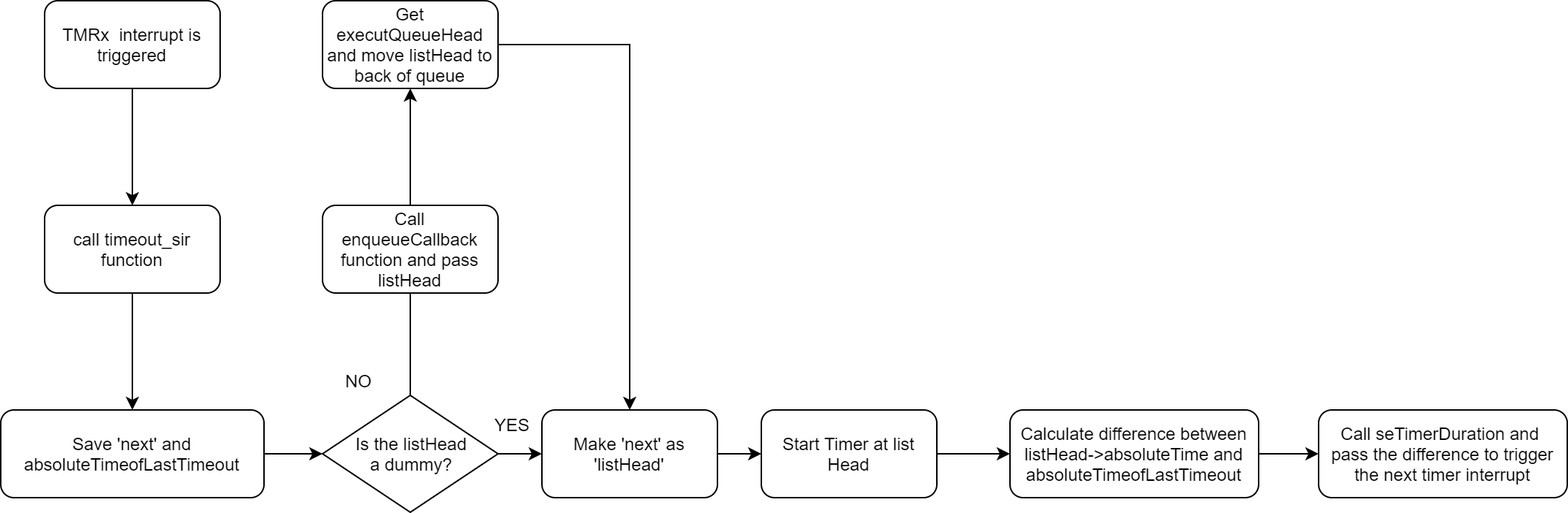
Above: images/TimeoutDriver.png in microchip-pic-avr-solutions/avr-iot-aws-sensor-node-mplab (draw.io), before the change. Source tidied: cells renumbered, new cells last; positions are measured from the earlier drawing's top-left corner, leaving out a move shared by most shapes. The source it was exported from:
```xml
<mxGraphModel>
  <root>
    <mxCell id="0" />
    <mxCell id="1" parent="0" />
    <mxCell id="2" style="edgeStyle=orthogonalEdgeStyle;rounded=0;jettySize=auto;html=1;" parent="1" edge="1" source="3" target="5">
      <mxGeometry relative="1" as="geometry" />
    </mxCell>
    <mxCell id="3" value="TMRx&amp;nbsp; interrupt is triggered" style="rounded=1;whiteSpace=wrap;html=1;" parent="1" vertex="1">
      <mxGeometry x="30" width="120" height="60" as="geometry" />
    </mxCell>
    <mxCell id="4" style="edgeStyle=orthogonalEdgeStyle;rounded=0;jettySize=auto;html=1;" parent="1" edge="1" source="5" target="7">
      <mxGeometry relative="1" as="geometry" />
    </mxCell>
    <mxCell id="5" value="call timeout_sir function" style="rounded=1;whiteSpace=wrap;html=1;" parent="1" vertex="1">
      <mxGeometry x="30" y="140" width="120" height="60" as="geometry" />
    </mxCell>
    <mxCell id="6" style="edgeStyle=orthogonalEdgeStyle;rounded=0;jettySize=auto;html=1;" parent="1" edge="1" source="7" target="10">
      <mxGeometry relative="1" as="geometry" />
    </mxCell>
    <mxCell id="7" value="Save 'next' and absoluteTimeofLastTimeout" style="rounded=1;whiteSpace=wrap;html=1;" parent="1" vertex="1">
      <mxGeometry y="280" width="180" height="60" as="geometry" />
    </mxCell>
    <mxCell id="8" style="edgeStyle=orthogonalEdgeStyle;rounded=0;jettySize=auto;html=1;" parent="1" edge="1" source="10">
      <mxGeometry relative="1" as="geometry">
        <mxPoint x="370" y="310" as="targetPoint" />
      </mxGeometry>
    </mxCell>
    <mxCell id="9" style="edgeStyle=orthogonalEdgeStyle;rounded=0;jettySize=auto;html=1;" parent="1" edge="1" source="10">
      <mxGeometry relative="1" as="geometry">
        <mxPoint x="280" y="190" as="targetPoint" />
      </mxGeometry>
    </mxCell>
    <mxCell id="10" value="Is the listHead&lt;br&gt;a dummy?" style="rhombus;whiteSpace=wrap;html=1;" parent="1" vertex="1">
      <mxGeometry x="220" y="270" width="120" height="80" as="geometry" />
    </mxCell>
    <mxCell id="11" style="edgeStyle=orthogonalEdgeStyle;rounded=0;jettySize=auto;html=1;" parent="1" edge="1" target="14">
      <mxGeometry relative="1" as="geometry">
        <mxPoint x="490" y="310" as="sourcePoint" />
      </mxGeometry>
    </mxCell>
    <mxCell id="12" value="Make 'next' as 'listHead'" style="rounded=1;whiteSpace=wrap;html=1;" parent="1" vertex="1">
      <mxGeometry x="370" y="280" width="120" height="60" as="geometry" />
    </mxCell>
    <mxCell id="13" style="edgeStyle=orthogonalEdgeStyle;rounded=0;jettySize=auto;html=1;" parent="1" edge="1" source="14" target="16">
      <mxGeometry relative="1" as="geometry" />
    </mxCell>
    <mxCell id="14" value="Start Timer at list Head" style="rounded=1;whiteSpace=wrap;html=1;" parent="1" vertex="1">
      <mxGeometry x="520" y="280" width="120" height="60" as="geometry" />
    </mxCell>
    <mxCell id="15" style="edgeStyle=orthogonalEdgeStyle;rounded=0;jettySize=auto;html=1;" parent="1" edge="1" source="16" target="17">
      <mxGeometry relative="1" as="geometry" />
    </mxCell>
    <mxCell id="16" value="Calculate difference between listHead-&amp;gt;absoluteTime and absoluteTimeofLastTimeout" style="rounded=1;whiteSpace=wrap;html=1;" parent="1" vertex="1">
      <mxGeometry x="690" y="280" width="170" height="60" as="geometry" />
    </mxCell>
    <mxCell id="17" value="Call seTimerDuration and&amp;nbsp;&lt;br&gt;pass the difference to trigger the next timer interrupt" style="rounded=1;whiteSpace=wrap;html=1;" parent="1" vertex="1">
      <mxGeometry x="901" y="280" width="170" height="60" as="geometry" />
    </mxCell>
    <mxCell id="18" value="YES" style="text;html=1;align=center;verticalAlign=middle;" parent="1" vertex="1">
      <mxGeometry x="330" y="280" width="40" height="20" as="geometry" />
    </mxCell>
    <mxCell id="19" style="edgeStyle=orthogonalEdgeStyle;rounded=0;jettySize=auto;html=1;" parent="1" edge="1" source="20" target="22">
      <mxGeometry relative="1" as="geometry" />
    </mxCell>
    <mxCell id="20" value="Call enqueueCallback function and pass listHead" style="rounded=1;whiteSpace=wrap;html=1;" parent="1" vertex="1">
      <mxGeometry x="220" y="140" width="120" height="60" as="geometry" />
    </mxCell>
    <mxCell id="21" style="edgeStyle=orthogonalEdgeStyle;rounded=0;jettySize=auto;html=1;entryX=0.5;entryY=0;entryDx=0;entryDy=0;" parent="1" edge="1" source="22" target="12">
      <mxGeometry relative="1" as="geometry" />
    </mxCell>
    <mxCell id="22" value="Get executQueueHead and move listHead to back of queue" style="rounded=1;whiteSpace=wrap;html=1;" parent="1" vertex="1">
      <mxGeometry x="220" width="120" height="60" as="geometry" />
    </mxCell>
    <mxCell id="23" value="NO" style="text;html=1;align=center;verticalAlign=middle;" parent="1" vertex="1">
      <mxGeometry x="230" y="250" width="30" height="20" as="geometry" />
    </mxCell>
  </root>
</mxGraphModel>
```
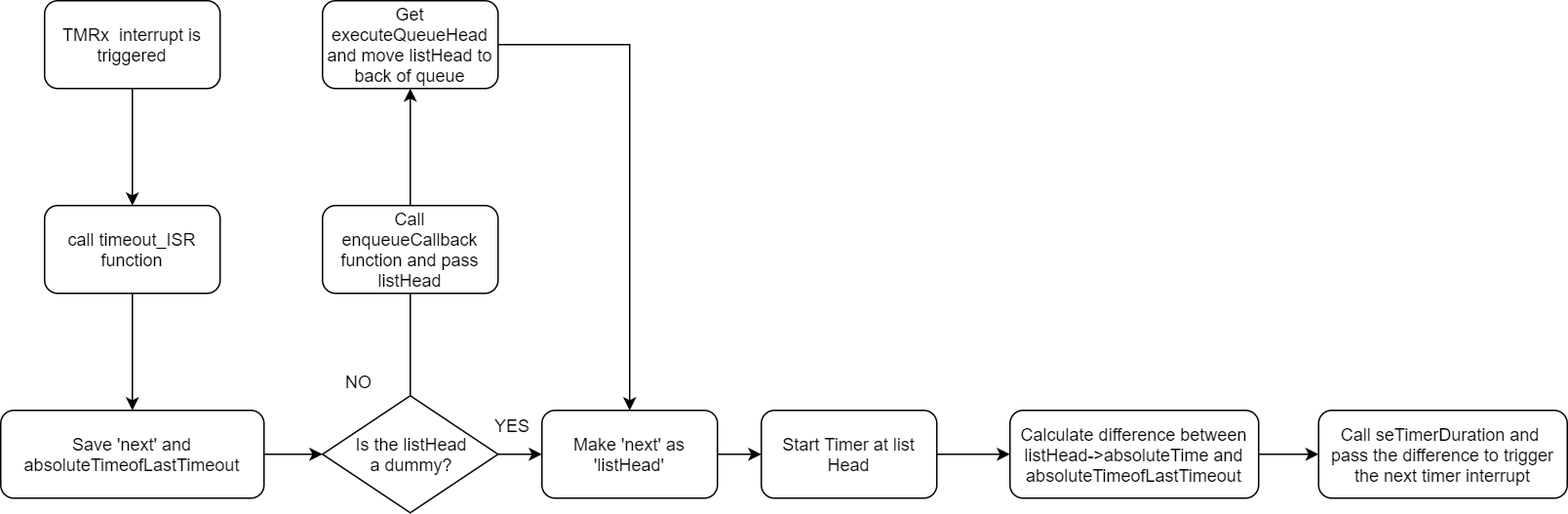
The same file after the commit.

Commit message:
PAI-363 replace timeout driver images;PAI-363 timeout_callnextCallback image replaced with edits;

Change to the diagram source:
```diff
@@ -11,7 +11,7 @@
     <mxCell id="4" style="edgeStyle=orthogonalEdgeStyle;rounded=0;jettySize=auto;html=1;" parent="1" edge="1" source="5" target="7">
       <mxGeometry relative="1" as="geometry" />
     </mxCell>
-    <mxCell id="5" value="call timeout_sir function" style="rounded=1;whiteSpace=wrap;html=1;" parent="1" vertex="1">
+    <mxCell id="5" value="call timeout_ISR function" style="rounded=1;whiteSpace=wrap;html=1;" parent="1" vertex="1">
       <mxGeometry x="30" y="140" width="120" height="60" as="geometry" />
     </mxCell>
     <mxCell id="6" style="edgeStyle=orthogonalEdgeStyle;rounded=0;jettySize=auto;html=1;" parent="1" edge="1" source="7" target="10">
@@ -68,7 +68,7 @@
     <mxCell id="21" style="edgeStyle=orthogonalEdgeStyle;rounded=0;jettySize=auto;html=1;entryX=0.5;entryY=0;entryDx=0;entryDy=0;" parent="1" edge="1" source="22" target="12">
       <mxGeometry relative="1" as="geometry" />
     </mxCell>
-    <mxCell id="22" value="Get executQueueHead and move listHead to back of queue" style="rounded=1;whiteSpace=wrap;html=1;" parent="1" vertex="1">
+    <mxCell id="22" value="Get executeQueueHead and move listHead to back of queue" style="rounded=1;whiteSpace=wrap;html=1;" parent="1" vertex="1">
       <mxGeometry x="220" width="120" height="60" as="geometry" />
     </mxCell>
     <mxCell id="23" value="NO" style="text;html=1;align=center;verticalAlign=middle;" parent="1" vertex="1">
```
